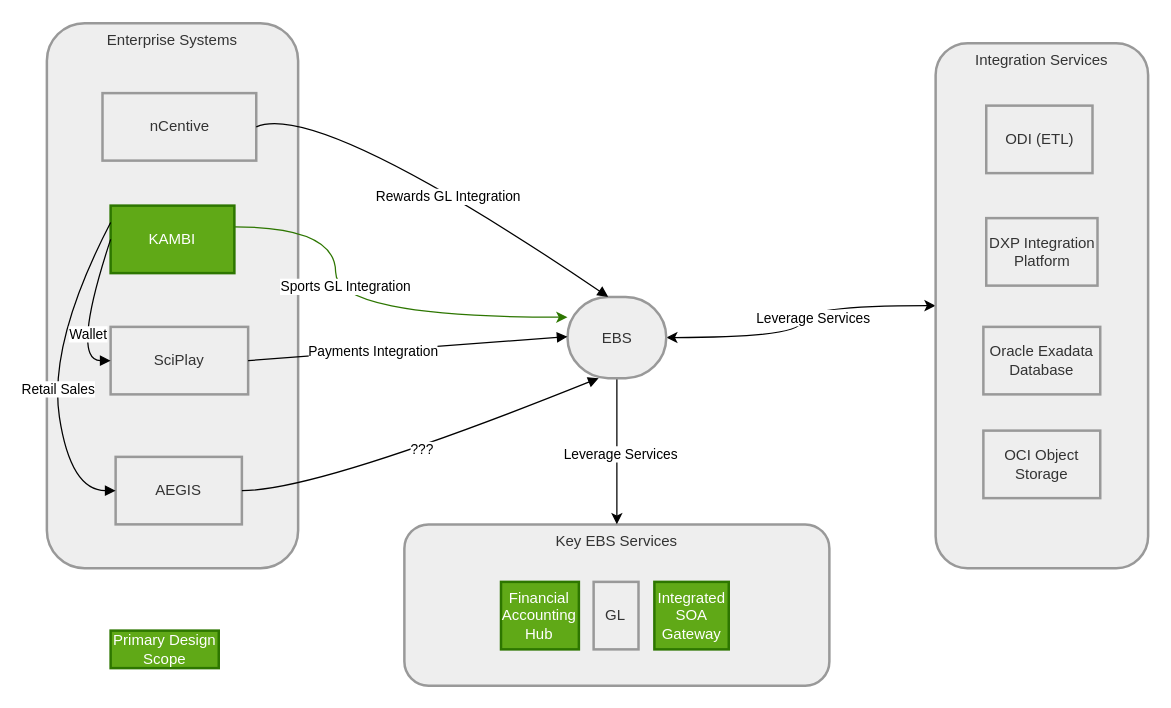
luclalor/Draw_IO keeps this draw.io diagram as page "System Context" (1 of 5) of ALC KAMBI.drawio. Above is the earlier version. Source tidied: cells renumbered, new cells numbered last; positions are measured from the earlier drawing's top-left corner, leaving out a move shared by most shapes. Both pictures are drawn from the tidied source at 125%, with x=0, y=0 at pixel (46, 22).
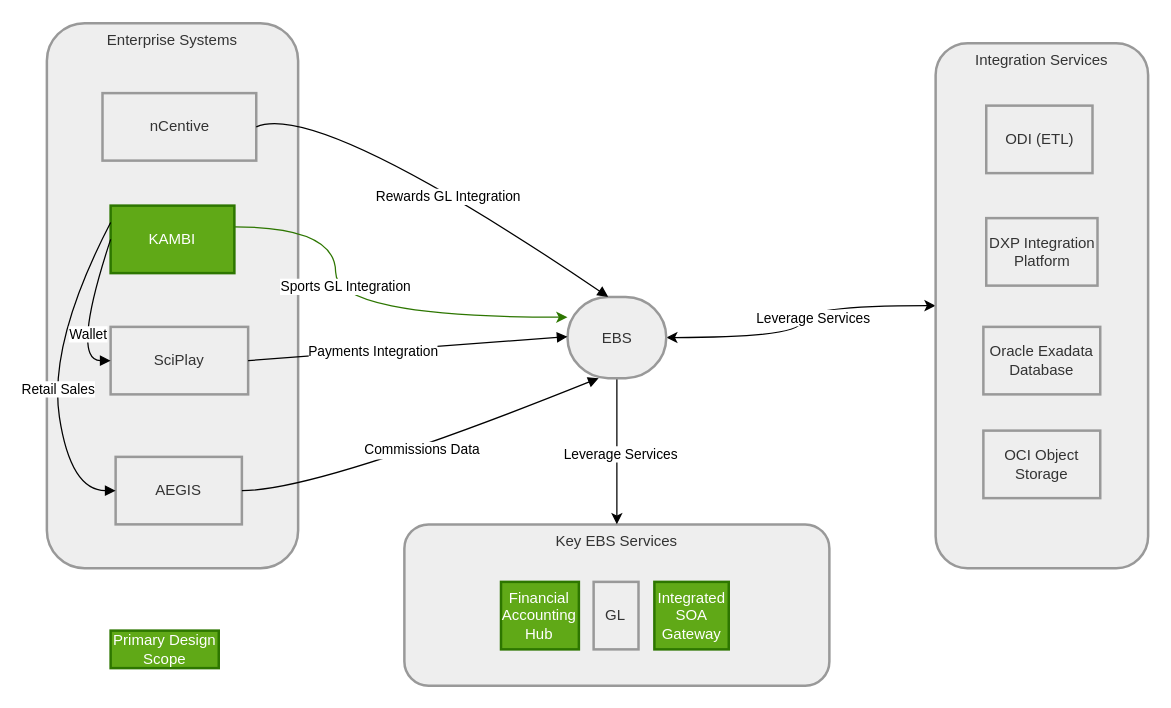
Above is the later version.

The change refers to these unchanged cells:
```xml
<mxCell id="8" value="AEGIS" style="whiteSpace=wrap;strokeWidth=2;fillColor=light-dark(#eeeeee,#1f2020);strokeColor=light-dark(#999999,#cccccc);fontColor=light-dark(#333333,#cccccc);" parent="1" vertex="1">
  <mxGeometry x="55" y="347" width="101" height="54" as="geometry" />
</mxCell>
<mxCell id="17" value="EBS" style="rounded=1;whiteSpace=wrap;arcSize=50;strokeWidth=2;fillColor=light-dark(#eeeeee,#1f2020);strokeColor=light-dark(#999999,#cccccc);fontColor=light-dark(#333333,#cccccc);" parent="1" vertex="1">
  <mxGeometry x="416.5" y="219" width="79" height="65" as="geometry" />
</mxCell>
```

The edit, as a diff of the source:
```diff
@@
-    <mxCell id="26" value="???" style="curved=1;startArrow=none;endArrow=block;exitX=1;exitY=0.5;entryX=0.32;entryY=0.99;rounded=0;" parent="1" edge="1" source="8" target="17">
+    <mxCell id="26" value="Commissions Data" style="curved=1;startArrow=none;endArrow=block;exitX=1;exitY=0.5;entryX=0.32;entryY=0.99;rounded=0;" parent="1" edge="1" source="8" target="17">
       <mxGeometry relative="1" as="geometry">
         <Array as="points">
           <mxPoint x="217" y="374" />
         </Array>
       </mxGeometry>
     </mxCell>
```
